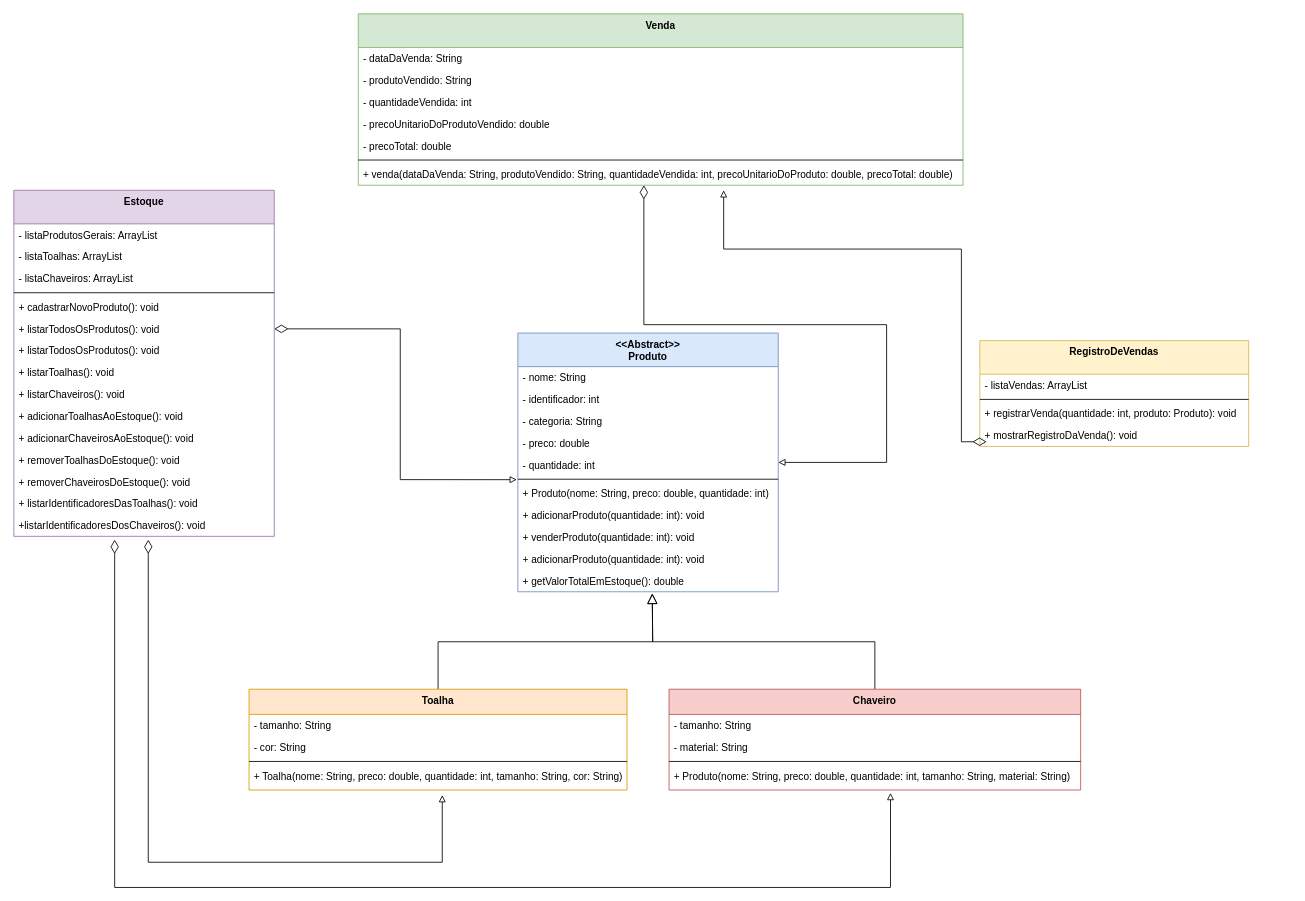
marcelonader/ctd-programacao-orientada-a-objetos keeps this draw.io diagram as checkpoint-I/diagrama_uml/checkpoint_poo.drawio. Above is the earlier version. Source tidied: cells renumbered, new cells numbered last; positions are measured from the earlier drawing's top-left corner, leaving out a move shared by most shapes. Both pictures are drawn from the tidied source at 84%, with x=0, y=0 at pixel (13, 13).
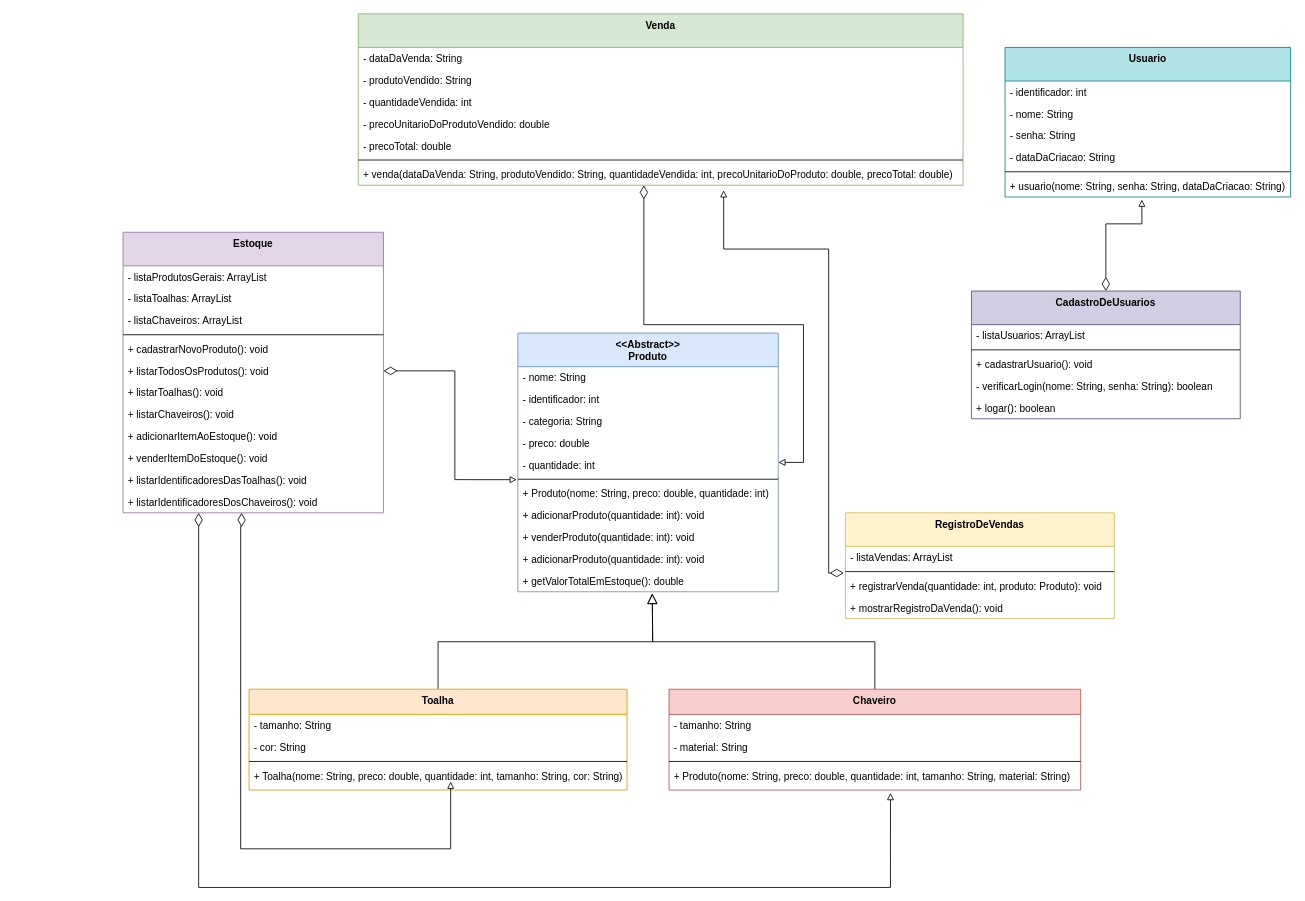
Above is the later version.

Unchanged cells that the change refers to:
```xml
<mxCell id="2" value="&lt;&lt;Abstract&gt;&gt;&#10;Produto" style="swimlane;fontStyle=1;align=center;verticalAlign=top;horizontal=1;startSize=40;fillColor=#dae8fc;strokeColor=#6c8ebf;" parent="1" vertex="1">
  <mxGeometry x="600" y="380" width="310" height="308" as="geometry" />
</mxCell>
<mxCell id="25" value="+ Produto(nome: String, preco: double, quantidade: int, tamanho: String, material: String)" style="text;strokeColor=none;fillColor=none;align=left;verticalAlign=top;spacingLeft=4;spacingRight=4;overflow=hidden;points=[[0,0.5],[1,0.5]];portConstraint=eastwest;" parent="21" vertex="1">
  <mxGeometry y="90" width="490" height="30" as="geometry" />
</mxCell>
<mxCell id="42" value="Venda" style="swimlane;fontStyle=1;align=center;verticalAlign=top;horizontal=1;startSize=40;fillColor=#d5e8d4;strokeColor=#82b366;" parent="1" vertex="1">
  <mxGeometry x="410" width="720" height="204" as="geometry" />
</mxCell>
<mxCell id="54" value="+ registrarVenda(quantidade: int, produto: Produto): void" style="text;strokeColor=none;fillColor=none;align=left;verticalAlign=top;spacingLeft=4;spacingRight=4;overflow=hidden;points=[[0,0.5],[1,0.5]];portConstraint=eastwest;" parent="51" vertex="1">
  <mxGeometry y="74" width="320" height="26" as="geometry" />
</mxCell>
```

What changed in the source:
```diff
@@
     <mxCell id="26" value="Estoque" style="swimlane;fontStyle=1;align=center;verticalAlign=top;horizontal=1;startSize=40;fillColor=#e1d5e7;strokeColor=#9673a6;" parent="1" vertex="1">
-      <mxGeometry y="210" width="310" height="412" as="geometry" />
+      <mxGeometry x="130" y="260" width="310" height="334" as="geometry" />
     </mxCell>
@@
-    <mxCell id="33" value="+ listarTodosOsProdutos(): void" style="text;strokeColor=none;fillColor=none;align=left;verticalAlign=top;spacingLeft=4;spacingRight=4;overflow=hidden;" parent="26" vertex="1">
-      <mxGeometry y="178" width="310" height="26" as="geometry" />
-    </mxCell>
     <mxCell id="34" value="+ listarToalhas(): void" style="text;strokeColor=none;fillColor=none;align=left;verticalAlign=top;spacingLeft=4;spacingRight=4;overflow=hidden;" parent="26" vertex="1">
-      <mxGeometry y="204" width="310" height="26" as="geometry" />
+      <mxGeometry y="178" width="310" height="26" as="geometry" />
     </mxCell>
     <mxCell id="35" value="+ listarChaveiros(): void" style="text;strokeColor=none;fillColor=none;align=left;verticalAlign=top;spacingLeft=4;spacingRight=4;overflow=hidden;" parent="26" vertex="1">
-      <mxGeometry y="230" width="310" height="26" as="geometry" />
+      <mxGeometry y="204" width="310" height="26" as="geometry" />
     </mxCell>
-    <mxCell id="36" value="+ adicionarToalhasAoEstoque(): void" style="text;strokeColor=none;fillColor=none;align=left;verticalAlign=top;spacingLeft=4;spacingRight=4;overflow=hidden;" parent="26" vertex="1">
-      <mxGeometry y="256" width="310" height="26" as="geometry" />
+    <mxCell id="36" value="+ adicionarItemAoEstoque(): void" style="text;strokeColor=none;fillColor=none;align=left;verticalAlign=top;spacingLeft=4;spacingRight=4;overflow=hidden;" parent="26" vertex="1">
+      <mxGeometry y="230" width="310" height="26" as="geometry" />
     </mxCell>
-    <mxCell id="37" value="+ adicionarChaveirosAoEstoque(): void" style="text;strokeColor=none;fillColor=none;align=left;verticalAlign=top;spacingLeft=4;spacingRight=4;overflow=hidden;" parent="26" vertex="1">
-      <mxGeometry y="282" width="310" height="26" as="geometry" />
-    </mxCell>
-    <mxCell id="38" value="+ removerToalhasDoEstoque(): void" style="text;strokeColor=none;fillColor=none;align=left;verticalAlign=top;spacingLeft=4;spacingRight=4;overflow=hidden;" parent="26" vertex="1">
-      <mxGeometry y="308" width="310" height="26" as="geometry" />
+    <mxCell id="38" value="+ venderItemDoEstoque(): void" style="text;strokeColor=none;fillColor=none;align=left;verticalAlign=top;spacingLeft=4;spacingRight=4;overflow=hidden;" parent="26" vertex="1">
+      <mxGeometry y="256" width="310" height="26" as="geometry" />
     </mxCell>
-    <mxCell id="39" value="+ removerChaveirosDoEstoque(): void" style="text;strokeColor=none;fillColor=none;align=left;verticalAlign=top;spacingLeft=4;spacingRight=4;overflow=hidden;" parent="26" vertex="1">
-      <mxGeometry y="334" width="310" height="26" as="geometry" />
-    </mxCell>
     <mxCell id="40" value="+ listarIdentificadoresDasToalhas(): void" style="text;strokeColor=none;fillColor=none;align=left;verticalAlign=top;spacingLeft=4;spacingRight=4;overflow=hidden;" parent="26" vertex="1">
-      <mxGeometry y="360" width="310" height="26" as="geometry" />
+      <mxGeometry y="282" width="310" height="26" as="geometry" />
     </mxCell>
-    <mxCell id="41" value="+listarIdentificadoresDosChaveiros(): void" style="text;strokeColor=none;fillColor=none;align=left;verticalAlign=top;spacingLeft=4;spacingRight=4;overflow=hidden;points=[[0,0.5],[1,0.5]];portConstraint=eastwest;" parent="26" vertex="1">
-      <mxGeometry y="386" width="310" height="26" as="geometry" />
+    <mxCell id="41" value="+ listarIdentificadoresDosChaveiros(): void" style="text;strokeColor=none;fillColor=none;align=left;verticalAlign=top;spacingLeft=4;spacingRight=4;overflow=hidden;points=[[0,0.5],[1,0.5]];portConstraint=eastwest;" parent="26" vertex="1">
+      <mxGeometry y="308" width="310" height="26" as="geometry" />
     </mxCell>
@@
     <mxCell id="50" style="edgeStyle=orthogonalEdgeStyle;rounded=0;jettySize=auto;html=1;endArrow=block;endFill=0;startArrow=diamondThin;startFill=0;startSize=14;" parent="42" edge="1" target="2">
       <mxGeometry relative="1" as="geometry">
         <mxPoint x="340" y="204" as="sourcePoint" />
         <Array as="points">
           <mxPoint x="340" y="370" />
-          <mxPoint x="629" y="370" />
-          <mxPoint x="629" y="534" />
+          <mxPoint x="530" y="370" />
+          <mxPoint x="530" y="534" />
         </Array>
       </mxGeometry>
     </mxCell>
     <mxCell id="51" value="RegistroDeVendas" style="swimlane;fontStyle=1;align=center;verticalAlign=top;horizontal=1;startSize=40;fillColor=#fff2cc;strokeColor=#d6b656;" parent="1" vertex="1">
-      <mxGeometry x="1150" y="389" width="320" height="126" as="geometry" />
+      <mxGeometry x="990" y="594" width="320" height="126" as="geometry" />
     </mxCell>
@@
-    <mxCell id="57" style="edgeStyle=orthogonalEdgeStyle;rounded=0;orthogonalLoop=1;jettySize=auto;html=1;endArrow=block;endFill=0;startArrow=diamondThin;startFill=0;startSize=14;" parent="1" edge="1">
+    <mxCell id="57" style="edgeStyle=orthogonalEdgeStyle;rounded=0;jettySize=auto;html=1;endArrow=block;endFill=0;startArrow=diamondThin;startFill=0;startSize=14;exitX=0.455;exitY=1;exitDx=0;exitDy=0;exitPerimeter=0;" parent="1" edge="1" source="41">
       <mxGeometry relative="1" as="geometry">
-        <mxPoint x="160" y="626" as="sourcePoint" />
-        <mxPoint x="510" y="930" as="targetPoint" />
+        <mxPoint x="520" y="914" as="targetPoint" />
         <Array as="points">
-          <mxPoint x="160" y="1010" />
-          <mxPoint x="510" y="1010" />
+          <mxPoint x="271" y="610" />
+          <mxPoint x="270" y="994" />
+          <mxPoint x="520" y="994" />
         </Array>
       </mxGeometry>
     </mxCell>
-    <mxCell id="58" style="edgeStyle=orthogonalEdgeStyle;rounded=0;jettySize=auto;html=1;endArrow=block;endFill=0;startArrow=diamondThin;startFill=0;startSize=14;entryX=0.538;entryY=1.116;entryDx=0;entryDy=0;entryPerimeter=0;" parent="1" edge="1" target="25">
+    <mxCell id="58" style="edgeStyle=orthogonalEdgeStyle;rounded=0;jettySize=auto;html=1;endArrow=block;endFill=0;startArrow=diamondThin;startFill=0;startSize=14;entryX=0.538;entryY=1.116;entryDx=0;entryDy=0;entryPerimeter=0;" parent="1" edge="1" source="41" target="25">
       <mxGeometry relative="1" as="geometry">
-        <mxPoint x="120" y="626" as="sourcePoint" />
         <Array as="points">
-          <mxPoint x="120" y="1040" />
+          <mxPoint x="220" y="1040" />
           <mxPoint x="1044" y="1040" />
         </Array>
       </mxGeometry>
     </mxCell>
-    <mxCell id="59" style="edgeStyle=orthogonalEdgeStyle;rounded=0;orthogonalLoop=1;jettySize=auto;html=1;endArrow=block;endFill=0;startArrow=diamondThin;startFill=0;startSize=14;exitX=-0.006;exitY=0.551;exitDx=0;exitDy=0;exitPerimeter=0;" parent="1" edge="1">
+    <mxCell id="59" style="edgeStyle=orthogonalEdgeStyle;rounded=0;jettySize=auto;html=1;endArrow=block;endFill=0;startArrow=diamondThin;startFill=0;startSize=14;exitX=-0.006;exitY=-0.09;exitDx=0;exitDy=0;exitPerimeter=0;" parent="1" edge="1" source="54">
       <mxGeometry relative="1" as="geometry">
-        <mxPoint x="1158.1" y="509.4" as="sourcePoint" />
         <mxPoint x="845" y="210" as="targetPoint" />
         <Array as="points">
-          <mxPoint x="1128" y="509" />
-          <mxPoint x="1128" y="280" />
+          <mxPoint x="970" y="666" />
+          <mxPoint x="970" y="280" />
           <mxPoint x="845" y="280" />
         </Array>
       </mxGeometry>
     </mxCell>
+    <mxCell id="60" value="Usuario" style="swimlane;fontStyle=1;align=center;verticalAlign=top;horizontal=1;startSize=40;fillColor=#b0e3e6;strokeColor=#0e8088;" parent="1" vertex="1">
+      <mxGeometry x="1180" y="40" width="340" height="178" as="geometry" />
+    </mxCell>
+    <mxCell id="61" value="- identificador: int" style="text;strokeColor=none;fillColor=none;align=left;verticalAlign=top;spacingLeft=4;spacingRight=4;overflow=hidden;" parent="60" vertex="1">
+      <mxGeometry y="40" width="340" height="26" as="geometry" />
+    </mxCell>
+    <mxCell id="62" value="- nome: String" style="text;strokeColor=none;fillColor=none;align=left;verticalAlign=top;spacingLeft=4;spacingRight=4;overflow=hidden;" parent="60" vertex="1">
+      <mxGeometry y="66" width="340" height="26" as="geometry" />
+    </mxCell>
+    <mxCell id="63" value="- senha: String" style="text;strokeColor=none;fillColor=none;align=left;verticalAlign=top;spacingLeft=4;spacingRight=4;overflow=hidden;" parent="60" vertex="1">
+      <mxGeometry y="92" width="340" height="26" as="geometry" />
+    </mxCell>
+    <mxCell id="64" value="- dataDaCriacao: String" style="text;strokeColor=none;fillColor=none;align=left;verticalAlign=top;spacingLeft=4;spacingRight=4;overflow=hidden;" parent="60" vertex="1">
+      <mxGeometry y="118" width="340" height="26" as="geometry" />
+    </mxCell>
+    <mxCell id="65" style="line;strokeWidth=1;fillColor=none;align=left;verticalAlign=middle;spacingTop=-1;spacingLeft=3;spacingRight=3;labelPosition=right;" parent="60" vertex="1">
+      <mxGeometry y="144" width="340" height="8" as="geometry" />
+    </mxCell>
+    <mxCell id="66" value="+ usuario(nome: String, senha: String, dataDaCriacao: String)" style="text;strokeColor=none;fillColor=none;align=left;verticalAlign=top;spacingLeft=4;spacingRight=4;overflow=hidden;points=[[0,0.5],[1,0.5]];portConstraint=eastwest;" parent="60" vertex="1">
+      <mxGeometry y="152" width="340" height="26" as="geometry" />
+    </mxCell>
+    <mxCell id="67" value="CadastroDeUsuarios" style="swimlane;fontStyle=1;align=center;verticalAlign=top;horizontal=1;startSize=40;fillColor=#d0cee2;strokeColor=#56517e;" parent="1" vertex="1">
+      <mxGeometry x="1140" y="330" width="320" height="152" as="geometry" />
+    </mxCell>
+    <mxCell id="68" value="- listaUsuarios: ArrayList" style="text;strokeColor=none;fillColor=none;align=left;verticalAlign=top;spacingLeft=4;spacingRight=4;overflow=hidden;" parent="67" vertex="1">
+      <mxGeometry y="40" width="320" height="26" as="geometry" />
+    </mxCell>
+    <mxCell id="69" style="line;strokeWidth=1;fillColor=none;align=left;verticalAlign=middle;spacingTop=-1;spacingLeft=3;spacingRight=3;labelPosition=right;" parent="67" vertex="1">
+      <mxGeometry y="66" width="320" height="8" as="geometry" />
+    </mxCell>
+    <mxCell id="70" value="+ cadastrarUsuario(): void" style="text;strokeColor=none;fillColor=none;align=left;verticalAlign=top;spacingLeft=4;spacingRight=4;overflow=hidden;" parent="67" vertex="1">
+      <mxGeometry y="74" width="320" height="26" as="geometry" />
+    </mxCell>
+    <mxCell id="71" value="- verificarLogin(nome: String, senha: String): boolean&#10;" style="text;strokeColor=none;fillColor=none;align=left;verticalAlign=top;spacingLeft=4;spacingRight=4;overflow=hidden;" parent="67" vertex="1">
+      <mxGeometry y="100" width="320" height="26" as="geometry" />
+    </mxCell>
+    <mxCell id="72" value="+ logar(): boolean&#10;" style="text;strokeColor=none;fillColor=none;align=left;verticalAlign=top;spacingLeft=4;spacingRight=4;overflow=hidden;" parent="67" vertex="1">
+      <mxGeometry y="126" width="320" height="26" as="geometry" />
+    </mxCell>
+    <mxCell id="73" style="edgeStyle=orthogonalEdgeStyle;rounded=0;jettySize=auto;html=1;endArrow=block;endFill=0;startArrow=diamondThin;startFill=0;startSize=14;entryX=0.479;entryY=1.118;entryDx=0;entryDy=0;entryPerimeter=0;exitX=0.5;exitY=0;exitDx=0;exitDy=0;" parent="1" edge="1" source="67" target="66">
+      <mxGeometry relative="1" as="geometry">
+        <Array as="points">
+          <mxPoint x="1300" y="250" />
+          <mxPoint x="1343" y="250" />
+        </Array>
+      </mxGeometry>
+    </mxCell>
```
